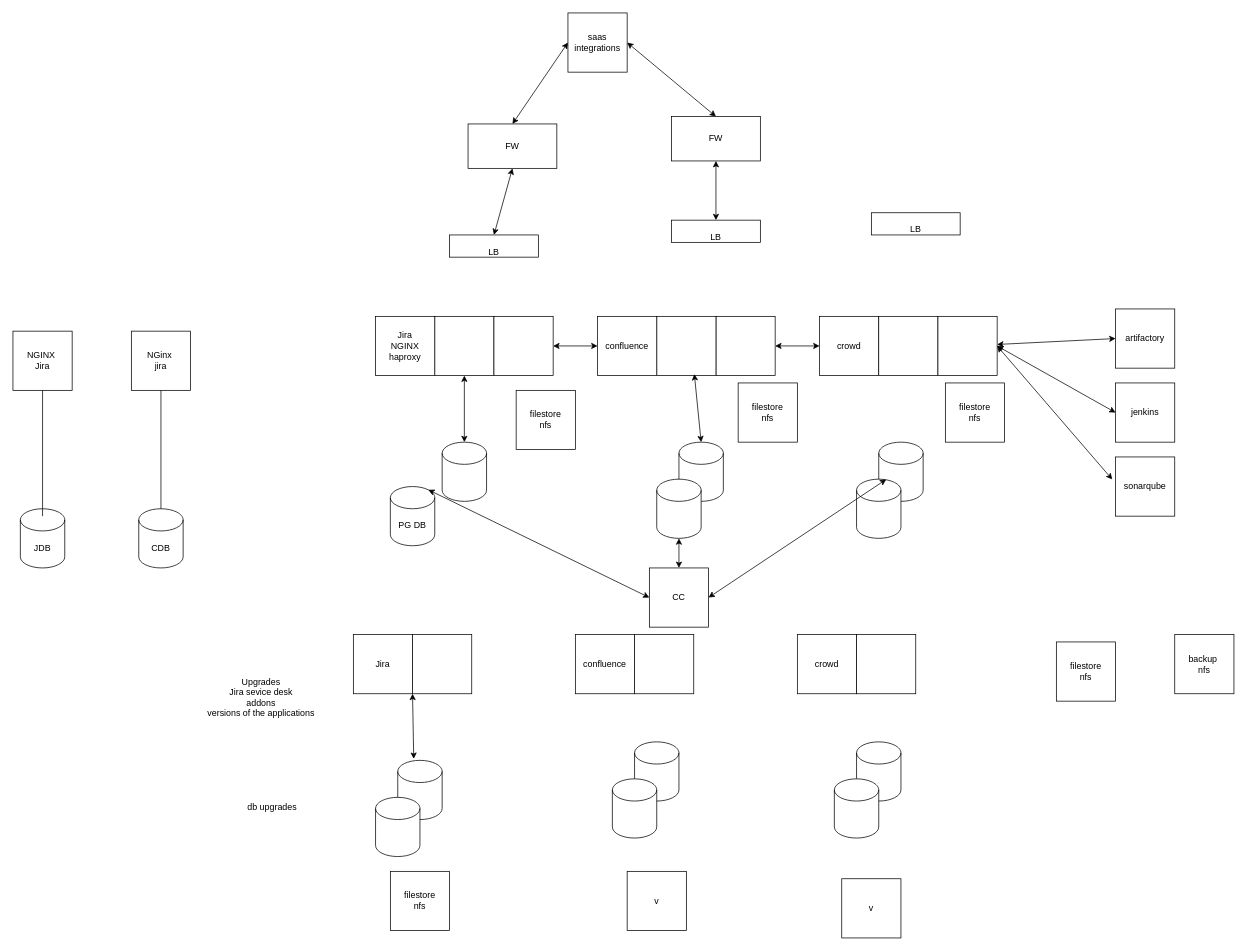
The draw.io diagram Untitled Diagram.drawio in clarklwilliamson/diagrams, before the edit. Source tidied: cells renumbered, new cells numbered last; positions are measured from the earlier drawing's top-left corner, leaving out a move shared by most shapes. Both pictures are drawn from the tidied source at 74%, with x=0, y=0 at pixel (13, 13).
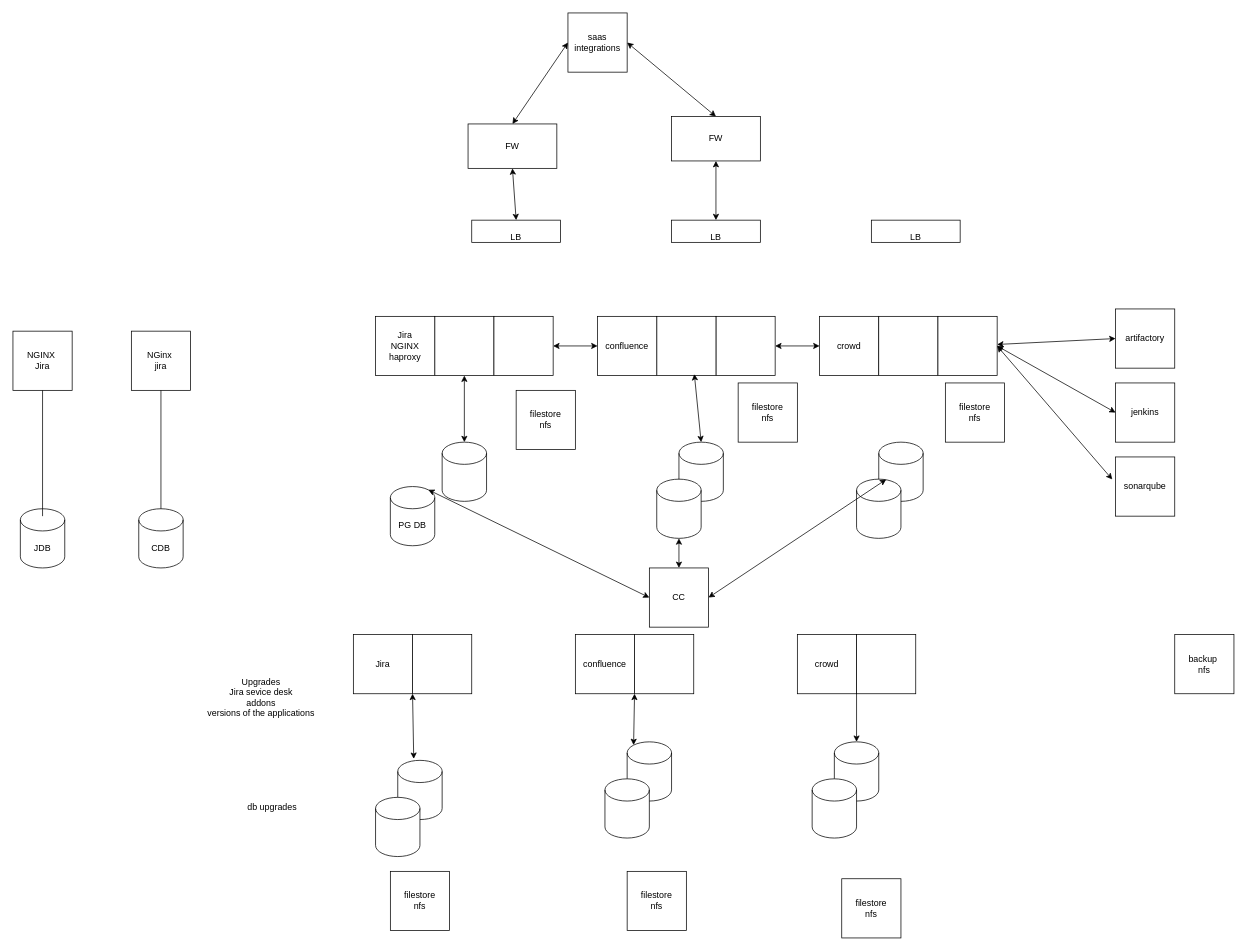
The same page after the edit.

The change refers to these unchanged cells:
```xml
<mxCell id="31" style="whiteSpace=wrap;html=1;" parent="1" vertex="1">
  <mxGeometry x="840" y="840" width="80" height="80" as="geometry" />
</mxCell>
<mxCell id="34" style="whiteSpace=wrap;html=1;" parent="1" vertex="1">
  <mxGeometry x="1140" y="840" width="80" height="80" as="geometry" />
</mxCell>
```

What changed in the source:
```diff
@@
     <mxCell id="25" style="shape=cylinder3;whiteSpace=wrap;html=1;boundedLbl=1;backgroundOutline=1;size=15;" parent="1" vertex="1">
-      <mxGeometry x="840" y="985" width="60" height="80" as="geometry" />
+      <mxGeometry x="830" y="985" width="60" height="80" as="geometry" />
     </mxCell>
     <mxCell id="26" style="shape=cylinder3;whiteSpace=wrap;html=1;boundedLbl=1;backgroundOutline=1;size=15;" parent="1" vertex="1">
-      <mxGeometry x="810" y="1035" width="60" height="80" as="geometry" />
+      <mxGeometry x="800" y="1035" width="60" height="80" as="geometry" />
     </mxCell>
     <mxCell id="27" style="shape=cylinder3;whiteSpace=wrap;html=1;boundedLbl=1;backgroundOutline=1;size=15;" parent="1" vertex="1">
-      <mxGeometry x="1140" y="985" width="60" height="80" as="geometry" />
+      <mxGeometry x="1110" y="985" width="60" height="80" as="geometry" />
     </mxCell>
     <mxCell id="28" style="shape=cylinder3;whiteSpace=wrap;html=1;boundedLbl=1;backgroundOutline=1;size=15;" parent="1" vertex="1">
-      <mxGeometry x="1110" y="1035" width="60" height="80" as="geometry" />
+      <mxGeometry x="1080" y="1035" width="60" height="80" as="geometry" />
     </mxCell>
@@
     <mxCell id="35" value="&lt;br&gt;LB" style="rounded=0;whiteSpace=wrap;html=1;" parent="1" vertex="1">
-      <mxGeometry x="590" y="300" width="120" height="30" as="geometry" />
+      <mxGeometry x="620" y="280" width="120" height="30" as="geometry" />
     </mxCell>
@@
     <mxCell id="37" value="&lt;br&gt;LB" style="rounded=0;whiteSpace=wrap;html=1;" parent="1" vertex="1">
-      <mxGeometry x="1160" y="270" width="120" height="30" as="geometry" />
+      <mxGeometry x="1160" y="280" width="120" height="30" as="geometry" />
     </mxCell>
@@
-    <mxCell id="52" value="filestore&lt;br&gt;nfs" style="whiteSpace=wrap;html=1;" parent="1" vertex="1">
-      <mxGeometry x="1410" y="850" width="80" height="80" as="geometry" />
-    </mxCell>
@@
-    <mxCell id="56" value="v" style="whiteSpace=wrap;html=1;" parent="1" vertex="1">
+    <mxCell id="56" value="filestore&lt;br style=&quot;border-color: var(--border-color);&quot;&gt;nfs" style="whiteSpace=wrap;html=1;" parent="1" vertex="1">
       <mxGeometry x="830" y="1160" width="80" height="80" as="geometry" />
     </mxCell>
-    <mxCell id="57" value="v" style="whiteSpace=wrap;html=1;" parent="1" vertex="1">
+    <mxCell id="57" value="filestore&lt;br style=&quot;border-color: var(--border-color);&quot;&gt;nfs" style="whiteSpace=wrap;html=1;" parent="1" vertex="1">
       <mxGeometry x="1120" y="1170" width="80" height="80" as="geometry" />
     </mxCell>
@@
+    <mxCell id="70" style="endArrow=classic;startArrow=classic;html=1;rounded=0;entryX=0;entryY=1;entryDx=0;entryDy=0;exitX=0.145;exitY=0;exitDx=0;exitDy=4.35;exitPerimeter=0;" parent="1" edge="1" source="25" target="31">
+      <mxGeometry relative="1" as="geometry" />
+    </mxCell>
+    <mxCell id="71" style="edgeStyle=orthogonalEdgeStyle;rounded=0;jettySize=auto;html=1;exitX=0;exitY=1;exitDx=0;exitDy=0;entryX=0.5;entryY=0;entryDx=0;entryDy=0;entryPerimeter=0;" parent="1" edge="1" source="34" target="27">
+      <mxGeometry relative="1" as="geometry" />
+    </mxCell>
```
